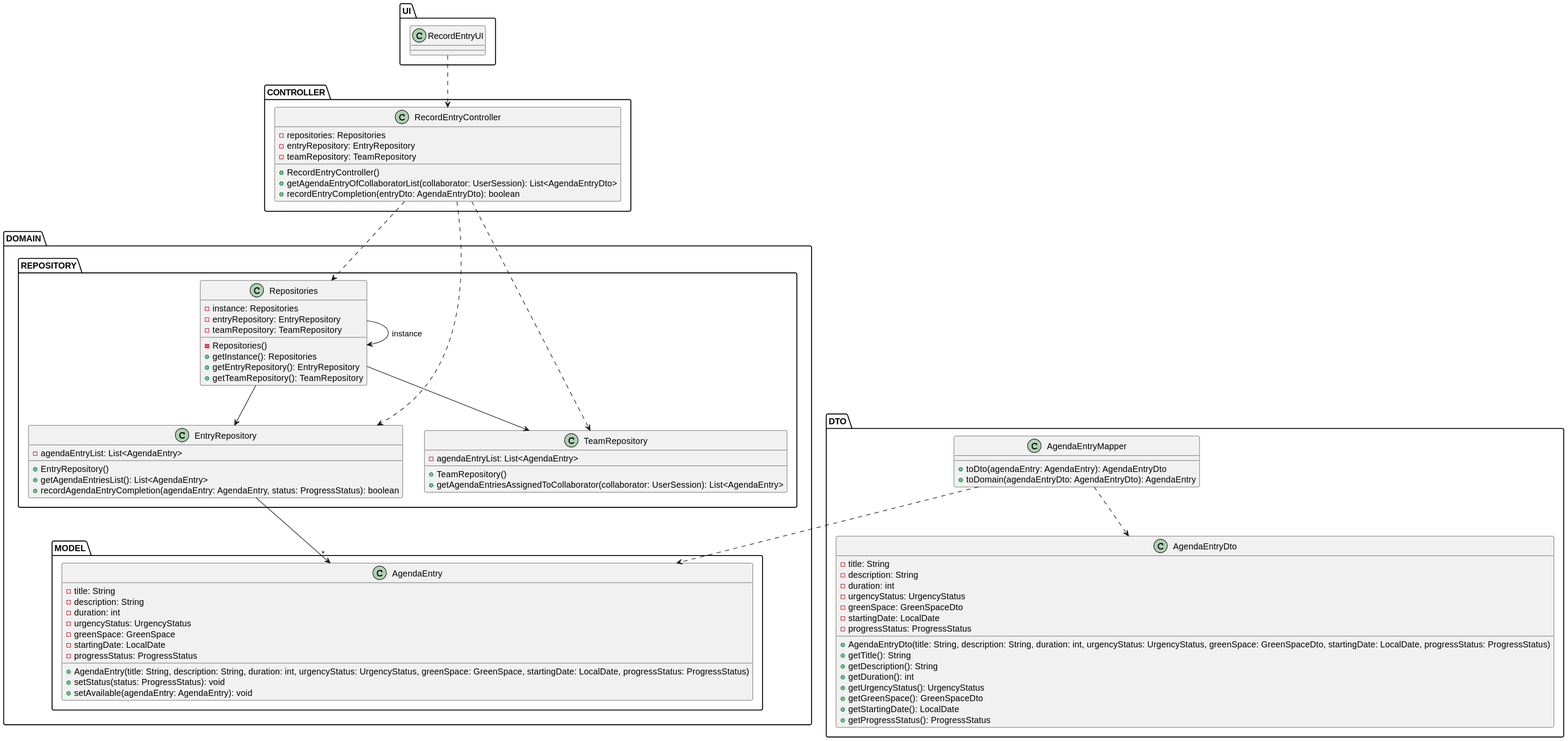
Above: docs/sprintC/us029/03.design/svg/us029-class-diagram.svg in ricardomm7/leaflink (PlantUML), before the change.
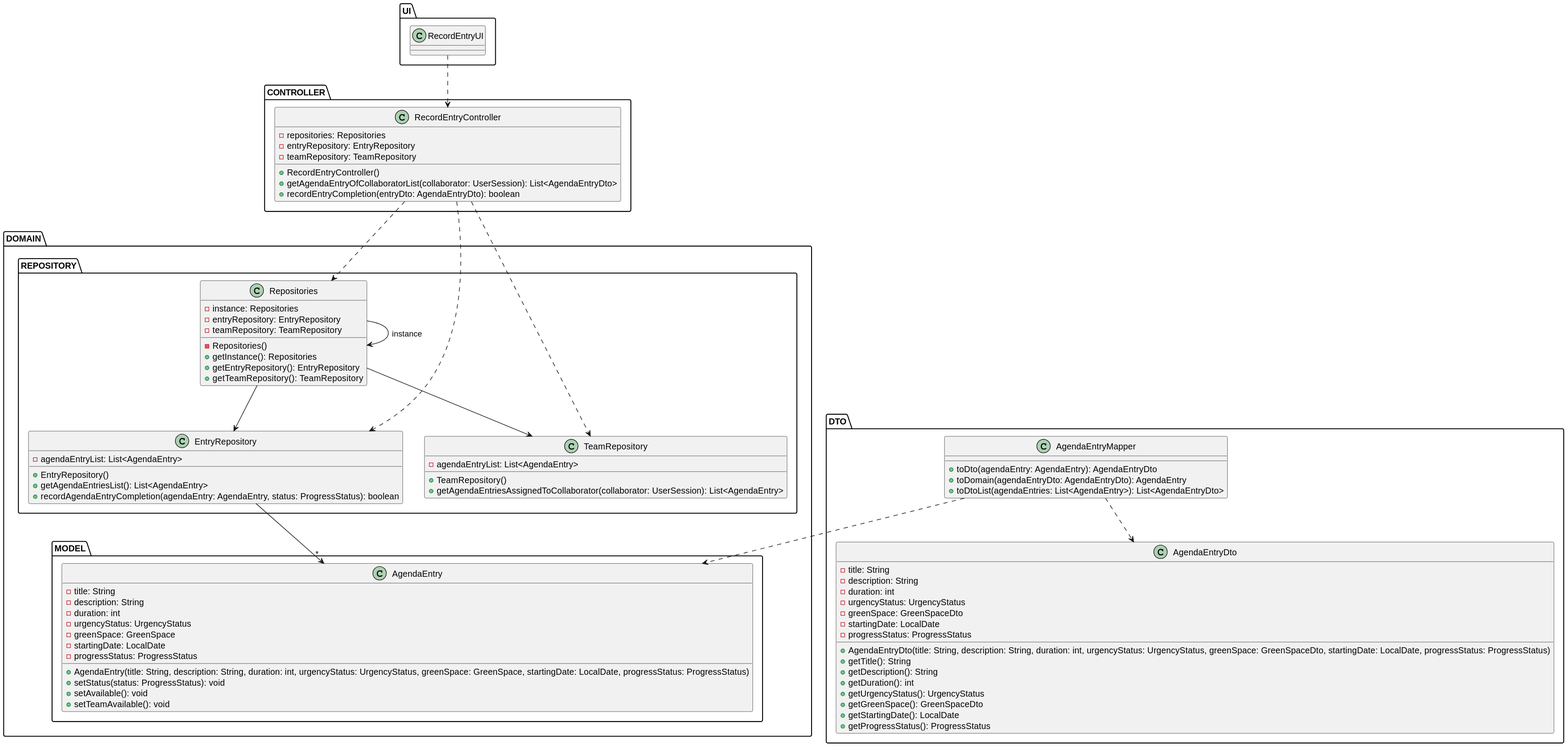
After the change.

Diff of the diagram source:
```diff
@@ -1,6 +1,7 @@
 @startuml
 skinparam shadowing false
 skinparam line type polyline
+
 package UI {
     class RecordEntryUI {
     }
@@ -54,14 +55,16 @@
             - progressStatus: ProgressStatus
             + AgendaEntry(title: String, description: String, duration: int, urgencyStatus: UrgencyStatus, greenSpace: GreenSpace, startingDate: LocalDate, progressStatus: ProgressStatus)
             + setStatus(status: ProgressStatus): void
-            + setAvailable(agendaEntry: AgendaEntry): void
+            + setAvailable(): void
+            + setTeamAvailable(): void
         }
     }
 }
-package DTO {
+    package DTO {
         class AgendaEntryMapper {
             + toDto(agendaEntry: AgendaEntry): AgendaEntryDto
             + toDomain(agendaEntryDto: AgendaEntryDto): AgendaEntry
+            + toDtoList(agendaEntries: List<AgendaEntry>): List<AgendaEntryDto>
         }
 
         class AgendaEntryDto {
@@ -83,6 +86,7 @@
         }
     }
 
+
 RecordEntryUI ..> RecordEntryController
 RecordEntryController ..> Repositories
 Repositories --> Repositories: instance
```
